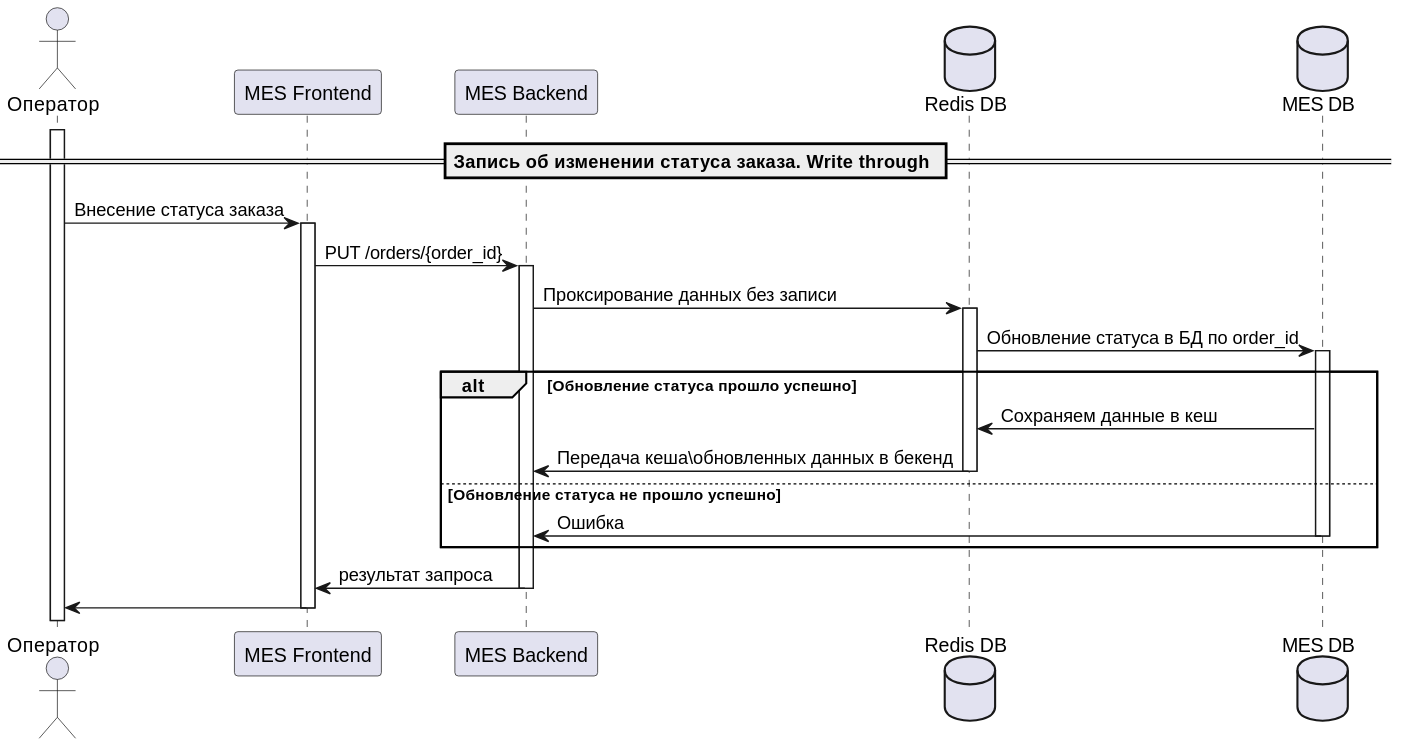
This is out/5. Caching/Sequence_cache_scheme_change_status/Sequence_cache_scheme_change_status.svg from bofeof/architecture-alexandrite, a PlantUML export, as it was before one commit.
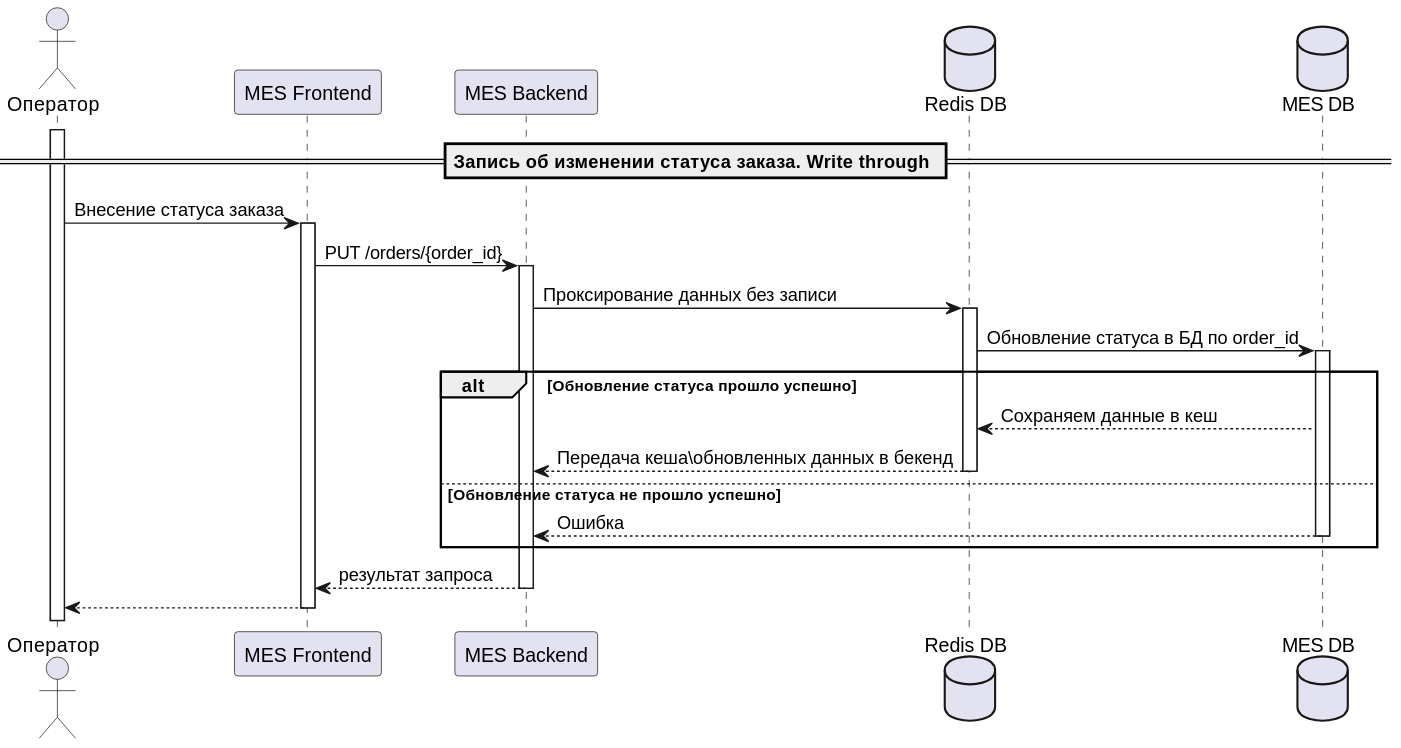
After the commit.

Commit message:
fix: caching puml diagrams

Change to the diagram source:
```diff
@@ -13,12 +13,12 @@
 redis_db -> mes_db++: Обновление статуса в БД по order_id
 
 alt Обновление статуса прошло успешно
-    mes_db -> redis_db: Сохраняем данные в кеш
-    redis_db -> mes_back--: Передача кеша\обновленных данных в бекенд
+    mes_db --> redis_db: Сохраняем данные в кеш
+    redis_db --> mes_back--: Передача кеша\обновленных данных в бекенд
 else Обновление статуса не прошло успешно
-    mes_db -> mes_back--: Ошибка
+    mes_db --> mes_back--: Ошибка
 end
 
-mes_back -> mes_front--: результат запроса
-mes_front -> operator--
+mes_back --> mes_front--: результат запроса
+mes_front --> operator--
 @enduml
```
